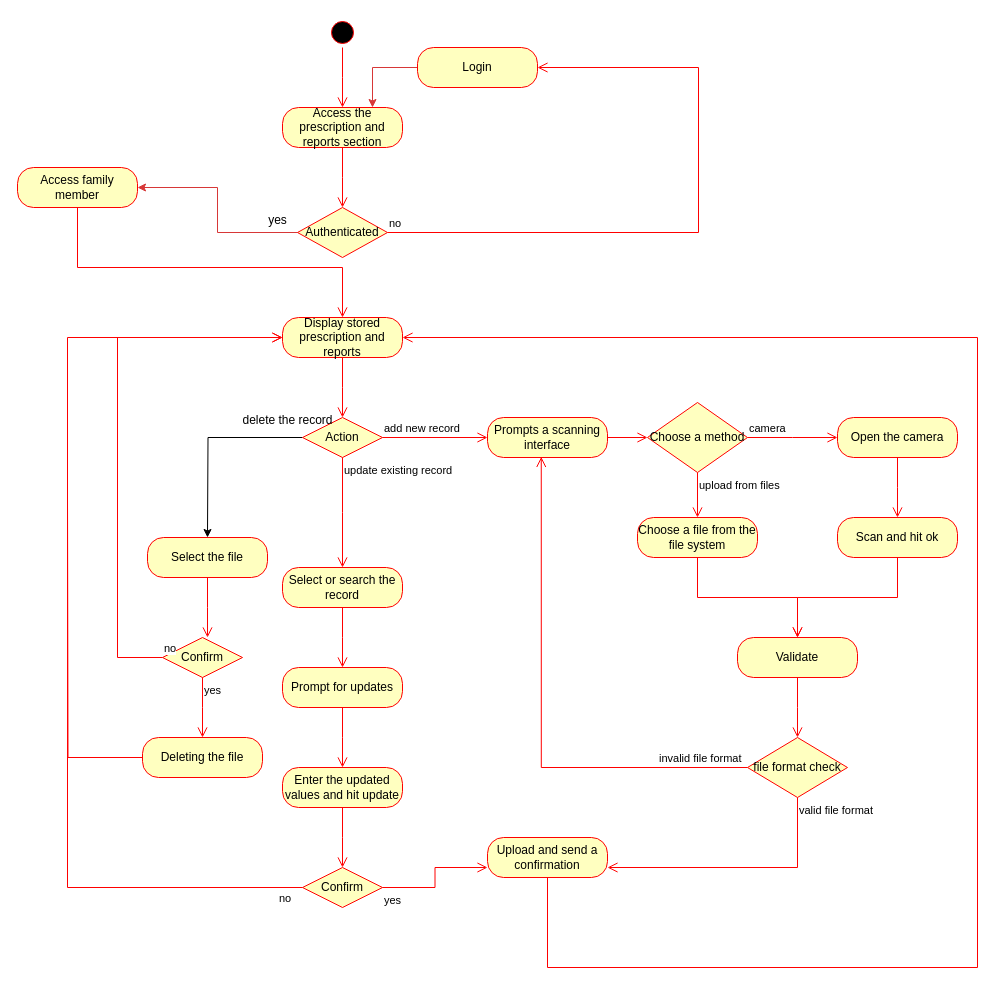
Earlier version of the draw.io diagram PrescriptionManagementForFamilyMembersActivity.drawio (Life-Pill/Life-Pill). Source tidied: cells renumbered, new cells numbered last; positions are measured from the earlier drawing's top-left corner, leaving out a move shared by most shapes. Both pictures are drawn from the tidied source at 100%, with x=0, y=0 at pixel (17, 17).
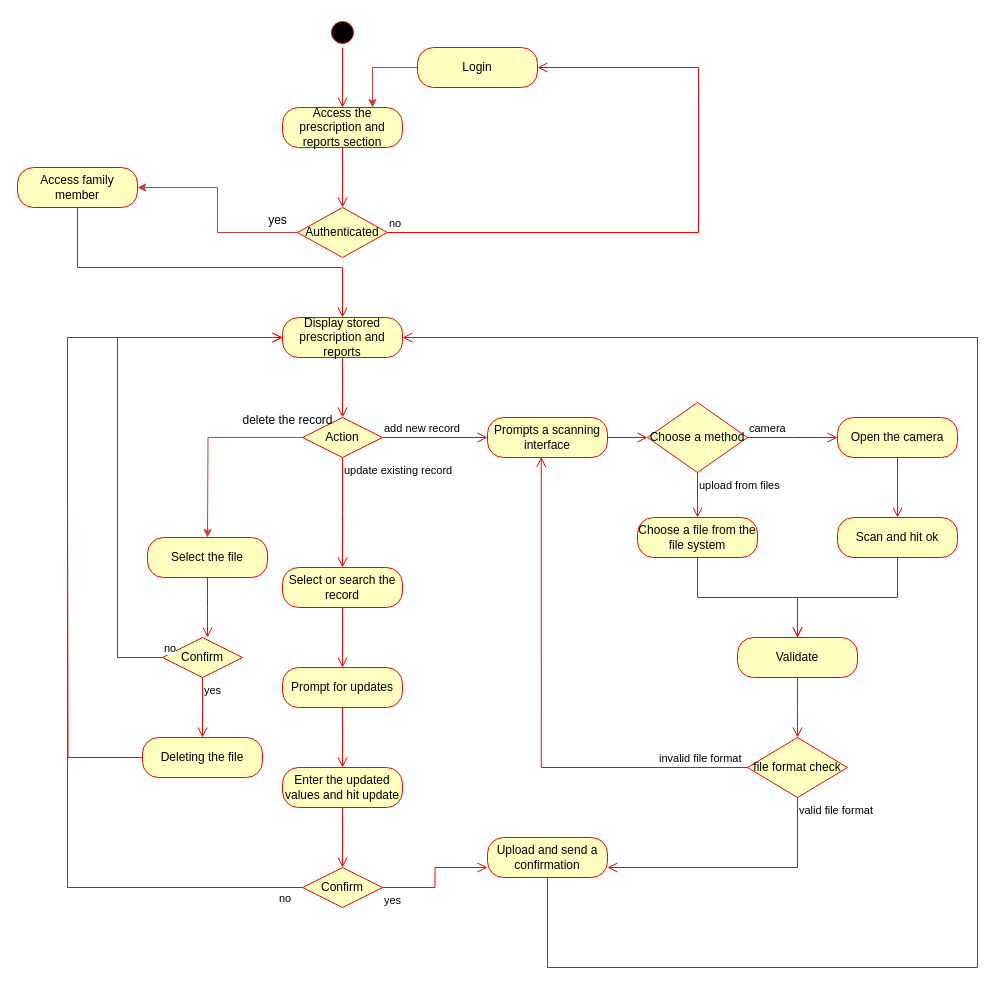
The same diagram, later.

The change refers to these unchanged cells:
```xml
<mxCell id="14" value="Action" style="rhombus;whiteSpace=wrap;html=1;fontColor=#000000;fillColor=#ffffc0;strokeColor=#ff0000;" parent="1" vertex="1">
  <mxGeometry x="285" y="400" width="80" height="40" as="geometry" />
</mxCell>
```

Diff of the diagram source:
```diff
@@
-    <mxCell id="13" style="edgeStyle=orthogonalEdgeStyle;rounded=0;jettySize=auto;html=1;" parent="1" edge="1" source="14">
+    <mxCell id="13" style="edgeStyle=orthogonalEdgeStyle;rounded=0;jettySize=auto;html=1;strokeColor=#D73737;" parent="1" edge="1" source="14">
       <mxGeometry relative="1" as="geometry">
         <mxPoint x="190" y="520" as="targetPoint" />
       </mxGeometry>
     </mxCell>
```
